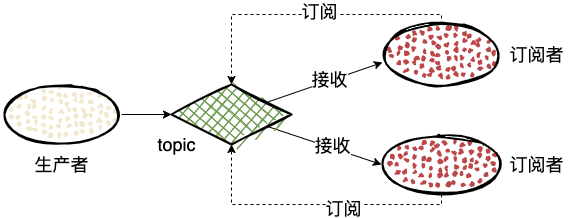
The draw.io diagram img/mq-pubsub.png in boilingfrog/Go-POINT, before a commit. Source tidied: cells renumbered, new cells last; positions are measured from the earlier drawing's top-left corner, leaving out a move shared by most shapes. Its diagram source:
```xml
<mxGraphModel>
  <root>
    <mxCell id="0" />
    <mxCell id="1" parent="0" />
    <mxCell id="2" style="edgeStyle=none;html=1;entryX=0;entryY=0.5;entryDx=0;entryDy=0;startArrow=none;startFill=0;strokeWidth=1;" parent="1" edge="1" source="3">
      <mxGeometry relative="1" as="geometry">
        <mxPoint x="170" y="100" as="targetPoint" />
      </mxGeometry>
    </mxCell>
    <mxCell id="3" style="ellipse;whiteSpace=wrap;html=1;strokeWidth=2;fillWeight=2;hachureGap=8;fillStyle=dots;sketch=1;fillColor=#F2E8CF;" parent="1" vertex="1">
      <mxGeometry y="70" width="120" height="60" as="geometry" />
    </mxCell>
    <mxCell id="4" style="edgeStyle=orthogonalEdgeStyle;rounded=0;jumpStyle=none;html=1;entryX=0.5;entryY=0;entryDx=0;entryDy=0;fontSize=18;dashed=1;strokeWidth=1;" parent="1" edge="1" source="6" target="14">
      <mxGeometry relative="1" as="geometry">
        <Array as="points">
          <mxPoint x="440" />
          <mxPoint x="230" />
        </Array>
      </mxGeometry>
    </mxCell>
    <mxCell id="5" value="订阅" style="edgeLabel;html=1;align=center;verticalAlign=middle;fontSize=18;" parent="4" vertex="1">
      <mxGeometry x="-0.08" y="-4" relative="1" as="geometry" />
    </mxCell>
    <mxCell id="6" style="ellipse;whiteSpace=wrap;html=1;strokeWidth=2;fillWeight=2;hachureGap=8;fillStyle=dots;sketch=1;fillColor=#BC4749;" parent="1" vertex="1">
      <mxGeometry x="380" y="10" width="120" height="60" as="geometry" />
    </mxCell>
    <mxCell id="7" value="&lt;span style=&quot;font-size: 18px&quot;&gt;topic&lt;/span&gt;" style="text;html=1;align=center;verticalAlign=middle;strokeColor=none;strokeWidth=1;" parent="1" vertex="1">
      <mxGeometry x="150" y="120" width="50" height="20" as="geometry" />
    </mxCell>
    <mxCell id="8" value="&lt;span style=&quot;font-size: 18px&quot;&gt;生产者&lt;/span&gt;" style="text;html=1;align=center;verticalAlign=middle;strokeColor=none;strokeWidth=1;" parent="1" vertex="1">
      <mxGeometry x="25" y="140" width="70" height="20" as="geometry" />
    </mxCell>
    <mxCell id="9" value="&lt;span style=&quot;font-size: 18px&quot;&gt;订阅者&lt;/span&gt;" style="text;html=1;align=center;verticalAlign=middle;strokeColor=none;strokeWidth=1;" parent="1" vertex="1">
      <mxGeometry x="500" y="30" width="70" height="20" as="geometry" />
    </mxCell>
    <mxCell id="10" style="edgeStyle=none;html=1;entryX=0;entryY=0.5;entryDx=0;entryDy=0;" parent="1" edge="1" source="14" target="18">
      <mxGeometry relative="1" as="geometry" />
    </mxCell>
    <mxCell id="11" value="接收" style="edgeLabel;html=1;align=center;verticalAlign=middle;fontSize=18;" parent="10" vertex="1">
      <mxGeometry x="-0.04" y="1" relative="1" as="geometry">
        <mxPoint x="9" y="1" as="offset" />
      </mxGeometry>
    </mxCell>
    <mxCell id="12" style="edgeStyle=none;html=1;entryX=0.008;entryY=0.633;entryDx=0;entryDy=0;entryPerimeter=0;" parent="1" edge="1" source="14" target="6">
      <mxGeometry relative="1" as="geometry" />
    </mxCell>
    <mxCell id="13" value="接收" style="edgeLabel;html=1;align=center;verticalAlign=middle;fontSize=18;" parent="12" vertex="1">
      <mxGeometry x="0.08" y="2" relative="1" as="geometry" />
    </mxCell>
    <mxCell id="14" style="rhombus;whiteSpace=wrap;html=1;strokeWidth=2;fillWeight=-1;hachureGap=8;fillStyle=cross-hatch;sketch=1;fillColor=#6A994E;" parent="1" vertex="1">
      <mxGeometry x="170" y="70" width="120" height="60" as="geometry" />
    </mxCell>
    <mxCell id="15" style="edgeStyle=none;rounded=1;jumpStyle=none;html=1;fontSize=18;strokeColor=none;" parent="1" edge="1" source="18" target="3">
      <mxGeometry relative="1" as="geometry" />
    </mxCell>
    <mxCell id="16" style="edgeStyle=orthogonalEdgeStyle;rounded=0;jumpStyle=none;html=1;entryX=0.5;entryY=1;entryDx=0;entryDy=0;fontSize=18;dashed=1;" parent="1" edge="1" source="18" target="14">
      <mxGeometry relative="1" as="geometry">
        <Array as="points">
          <mxPoint x="440" y="190" />
          <mxPoint x="230" y="190" />
        </Array>
      </mxGeometry>
    </mxCell>
    <mxCell id="17" value="订阅" style="edgeLabel;html=1;align=center;verticalAlign=middle;fontSize=18;" parent="16" vertex="1">
      <mxGeometry x="-0.22" y="3" relative="1" as="geometry" />
    </mxCell>
    <mxCell id="18" style="ellipse;whiteSpace=wrap;html=1;strokeWidth=2;fillWeight=2;hachureGap=8;fillStyle=dots;sketch=1;fillColor=#BC4749;" parent="1" vertex="1">
      <mxGeometry x="380" y="120" width="120" height="60" as="geometry" />
    </mxCell>
    <mxCell id="19" value="&lt;span style=&quot;font-size: 18px&quot;&gt;订阅者&lt;/span&gt;" style="text;html=1;align=center;verticalAlign=middle;strokeColor=none;strokeWidth=1;" parent="1" vertex="1">
      <mxGeometry x="500" y="140" width="70" height="20" as="geometry" />
    </mxCell>
  </root>
</mxGraphModel>
```
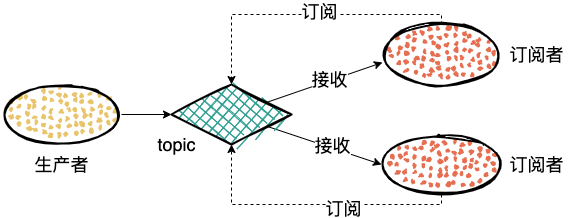
The same diagram one commit later.

Change to the diagram source:
```diff
@@ -7,7 +7,7 @@
         <mxPoint x="170" y="100" as="targetPoint" />
       </mxGeometry>
     </mxCell>
-    <mxCell id="3" style="ellipse;whiteSpace=wrap;html=1;strokeWidth=2;fillWeight=2;hachureGap=8;fillStyle=dots;sketch=1;fillColor=#F2E8CF;" parent="1" vertex="1">
+    <mxCell id="3" style="ellipse;whiteSpace=wrap;html=1;strokeWidth=2;fillWeight=2;hachureGap=8;fillStyle=dots;sketch=1;fillColor=#E9C46A;" parent="1" vertex="1">
       <mxGeometry y="70" width="120" height="60" as="geometry" />
     </mxCell>
     <mxCell id="4" style="edgeStyle=orthogonalEdgeStyle;rounded=0;jumpStyle=none;html=1;entryX=0.5;entryY=0;entryDx=0;entryDy=0;fontSize=18;dashed=1;strokeWidth=1;" parent="1" edge="1" source="6" target="14">
@@ -21,7 +21,7 @@
     <mxCell id="5" value="订阅" style="edgeLabel;html=1;align=center;verticalAlign=middle;fontSize=18;" parent="4" vertex="1">
       <mxGeometry x="-0.08" y="-4" relative="1" as="geometry" />
     </mxCell>
-    <mxCell id="6" style="ellipse;whiteSpace=wrap;html=1;strokeWidth=2;fillWeight=2;hachureGap=8;fillStyle=dots;sketch=1;fillColor=#BC4749;" parent="1" vertex="1">
+    <mxCell id="6" style="ellipse;whiteSpace=wrap;html=1;strokeWidth=2;fillWeight=2;hachureGap=8;fillStyle=dots;sketch=1;fillColor=#E76F51;" parent="1" vertex="1">
       <mxGeometry x="380" y="10" width="120" height="60" as="geometry" />
     </mxCell>
     <mxCell id="7" value="&lt;span style=&quot;font-size: 18px&quot;&gt;topic&lt;/span&gt;" style="text;html=1;align=center;verticalAlign=middle;strokeColor=none;strokeWidth=1;" parent="1" vertex="1">
@@ -47,7 +47,7 @@
     <mxCell id="13" value="接收" style="edgeLabel;html=1;align=center;verticalAlign=middle;fontSize=18;" parent="12" vertex="1">
       <mxGeometry x="0.08" y="2" relative="1" as="geometry" />
     </mxCell>
-    <mxCell id="14" style="rhombus;whiteSpace=wrap;html=1;strokeWidth=2;fillWeight=-1;hachureGap=8;fillStyle=cross-hatch;sketch=1;fillColor=#6A994E;" parent="1" vertex="1">
+    <mxCell id="14" style="rhombus;whiteSpace=wrap;html=1;strokeWidth=2;fillWeight=-1;hachureGap=8;fillStyle=cross-hatch;sketch=1;fillColor=#2A9D8F;" parent="1" vertex="1">
       <mxGeometry x="170" y="70" width="120" height="60" as="geometry" />
     </mxCell>
     <mxCell id="15" style="edgeStyle=none;rounded=1;jumpStyle=none;html=1;fontSize=18;strokeColor=none;" parent="1" edge="1" source="18" target="3">
@@ -64,7 +64,7 @@
     <mxCell id="17" value="订阅" style="edgeLabel;html=1;align=center;verticalAlign=middle;fontSize=18;" parent="16" vertex="1">
       <mxGeometry x="-0.22" y="3" relative="1" as="geometry" />
     </mxCell>
-    <mxCell id="18" style="ellipse;whiteSpace=wrap;html=1;strokeWidth=2;fillWeight=2;hachureGap=8;fillStyle=dots;sketch=1;fillColor=#BC4749;" parent="1" vertex="1">
+    <mxCell id="18" style="ellipse;whiteSpace=wrap;html=1;strokeWidth=2;fillWeight=2;hachureGap=8;fillStyle=dots;sketch=1;fillColor=#E76F51;" parent="1" vertex="1">
       <mxGeometry x="380" y="120" width="120" height="60" as="geometry" />
     </mxCell>
     <mxCell id="19" value="&lt;span style=&quot;font-size: 18px&quot;&gt;订阅者&lt;/span&gt;" style="text;html=1;align=center;verticalAlign=middle;strokeColor=none;strokeWidth=1;" parent="1" vertex="1">
```
